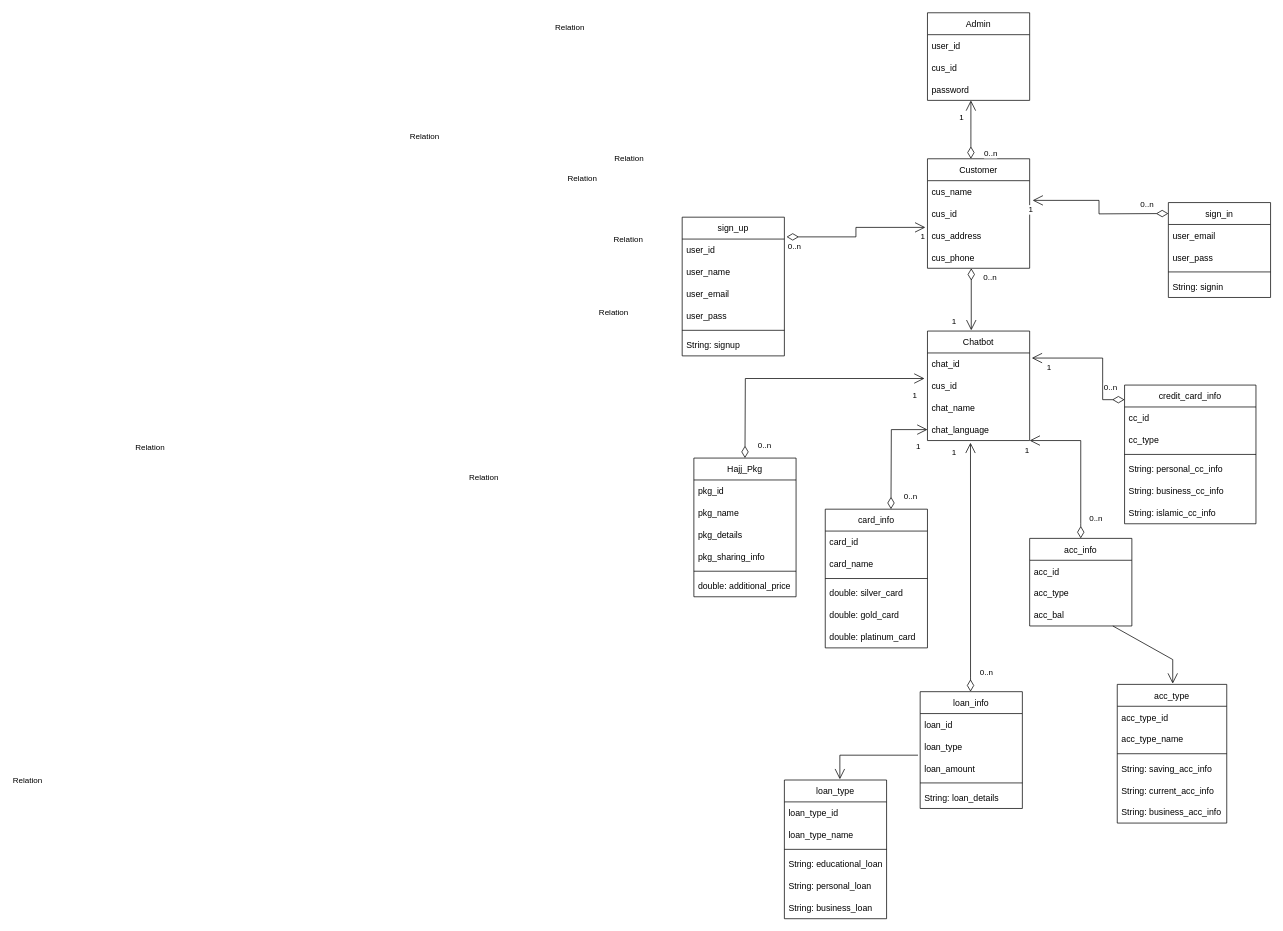
This is page "Page-5" (5 of 5) of FYP-Chatbot.drawio from myselfswk/FYP-Chatbot-Diagrams, a draw.io file, before an edit. Source tidied: cells renumbered, new cells numbered last; positions are measured from the earlier drawing's top-left corner, leaving out a move shared by most shapes. Both pictures are drawn from the tidied source at 73%, with x=0, y=0 at pixel (682, 12).
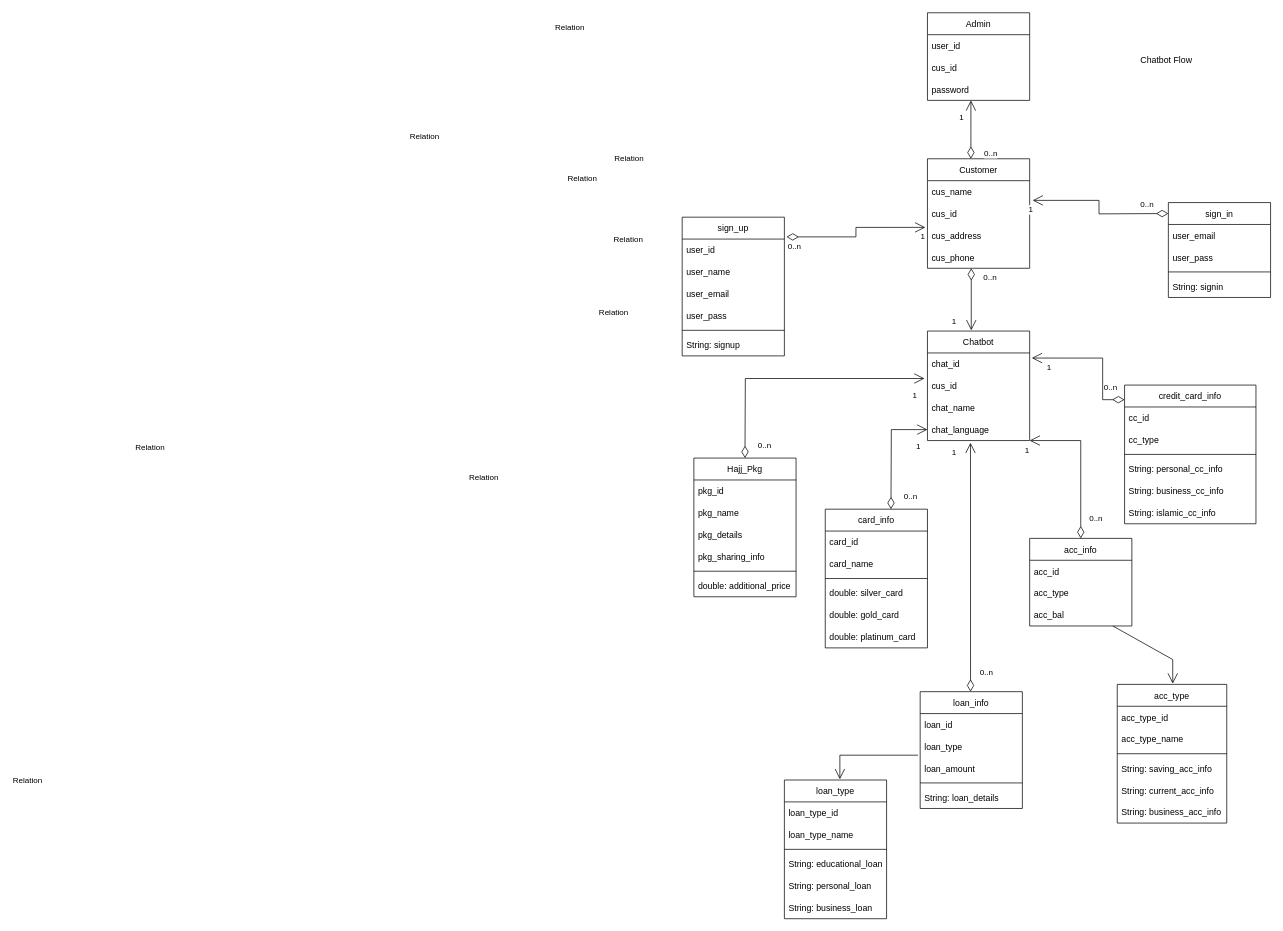
The same page after the edit.

Change to the diagram source:
```diff
@@
+    <mxCell id="102" value="Chatbot Flow" style="text;html=1;strokeColor=none;fillColor=none;align=center;verticalAlign=middle;whiteSpace=wrap;rounded=0;" parent="1" vertex="1">
+      <mxGeometry x="606" y="50" width="115" height="30" as="geometry" />
+    </mxCell>
```
